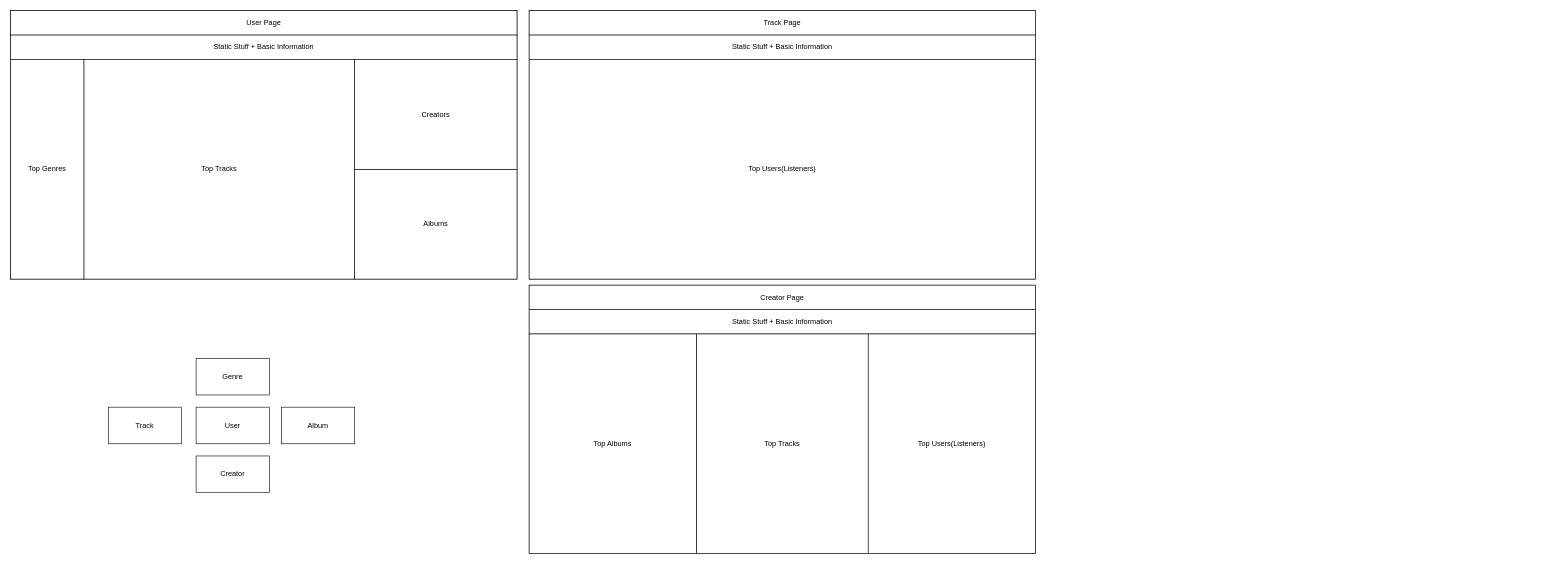
Earlier version of the draw.io diagram Something.drawio (Zancmok/AdvancedSpotifyDataAnalyzer). Source tidied: cells renumbered, new cells numbered last; positions are measured from the earlier drawing's top-left corner, leaving out a move shared by most shapes. Both pictures are drawn from the tidied source at 61%, with x=0, y=0 at pixel (10, 10).
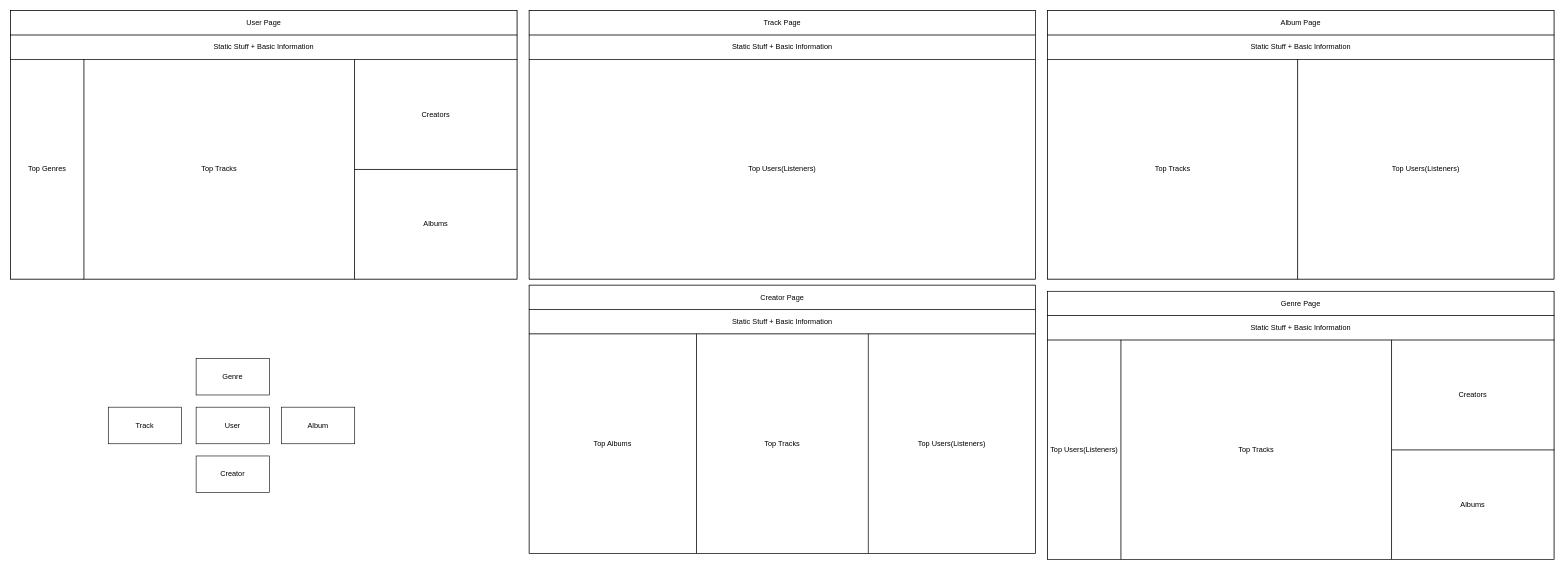
After the change.

What changed in the source:
```diff
@@
+    <mxCell id="24" style="rounded=0;whiteSpace=wrap;html=1;" parent="1" vertex="1">
+      <mxGeometry x="1700" width="830" height="440" as="geometry" />
+    </mxCell>
+    <mxCell id="25" value="Album Page" style="rounded=0;whiteSpace=wrap;html=1;" parent="1" vertex="1">
+      <mxGeometry x="1700" width="830" height="40" as="geometry" />
+    </mxCell>
+    <mxCell id="26" value="Static Stuff + Basic Information" style="rounded=0;whiteSpace=wrap;html=1;" parent="1" vertex="1">
+      <mxGeometry x="1700" y="40" width="830" height="40" as="geometry" />
+    </mxCell>
+    <mxCell id="27" value="Top Tracks" style="rounded=0;whiteSpace=wrap;html=1;" parent="1" vertex="1">
+      <mxGeometry x="1700" y="80" width="410" height="360" as="geometry" />
+    </mxCell>
+    <mxCell id="28" value="Top Users(Listeners)" style="rounded=0;whiteSpace=wrap;html=1;" parent="1" vertex="1">
+      <mxGeometry x="2110" y="80" width="420" height="360" as="geometry" />
+    </mxCell>
+    <mxCell id="29" style="rounded=0;whiteSpace=wrap;html=1;" parent="1" vertex="1">
+      <mxGeometry x="1700" y="460" width="830" height="440" as="geometry" />
+    </mxCell>
+    <mxCell id="30" value="Genre Page" style="rounded=0;whiteSpace=wrap;html=1;" parent="1" vertex="1">
+      <mxGeometry x="1700" y="460" width="830" height="40" as="geometry" />
+    </mxCell>
+    <mxCell id="31" value="Static Stuff + Basic Information" style="rounded=0;whiteSpace=wrap;html=1;" parent="1" vertex="1">
+      <mxGeometry x="1700" y="500" width="830" height="40" as="geometry" />
+    </mxCell>
+    <mxCell id="32" value="Top Tracks" style="rounded=0;whiteSpace=wrap;html=1;" parent="1" vertex="1">
+      <mxGeometry x="1820" y="540" width="444" height="360" as="geometry" />
+    </mxCell>
+    <mxCell id="33" value="Albums" style="rounded=0;whiteSpace=wrap;html=1;" parent="1" vertex="1">
+      <mxGeometry x="2264" y="720" width="266" height="180" as="geometry" />
+    </mxCell>
+    <mxCell id="34" value="Top Users(Listeners)" style="rounded=0;whiteSpace=wrap;html=1;" parent="1" vertex="1">
+      <mxGeometry x="1700" y="540" width="120" height="360" as="geometry" />
+    </mxCell>
+    <mxCell id="35" value="Creators" style="rounded=0;whiteSpace=wrap;html=1;" parent="1" vertex="1">
+      <mxGeometry x="2264" y="540" width="266" height="180" as="geometry" />
+    </mxCell>
```
